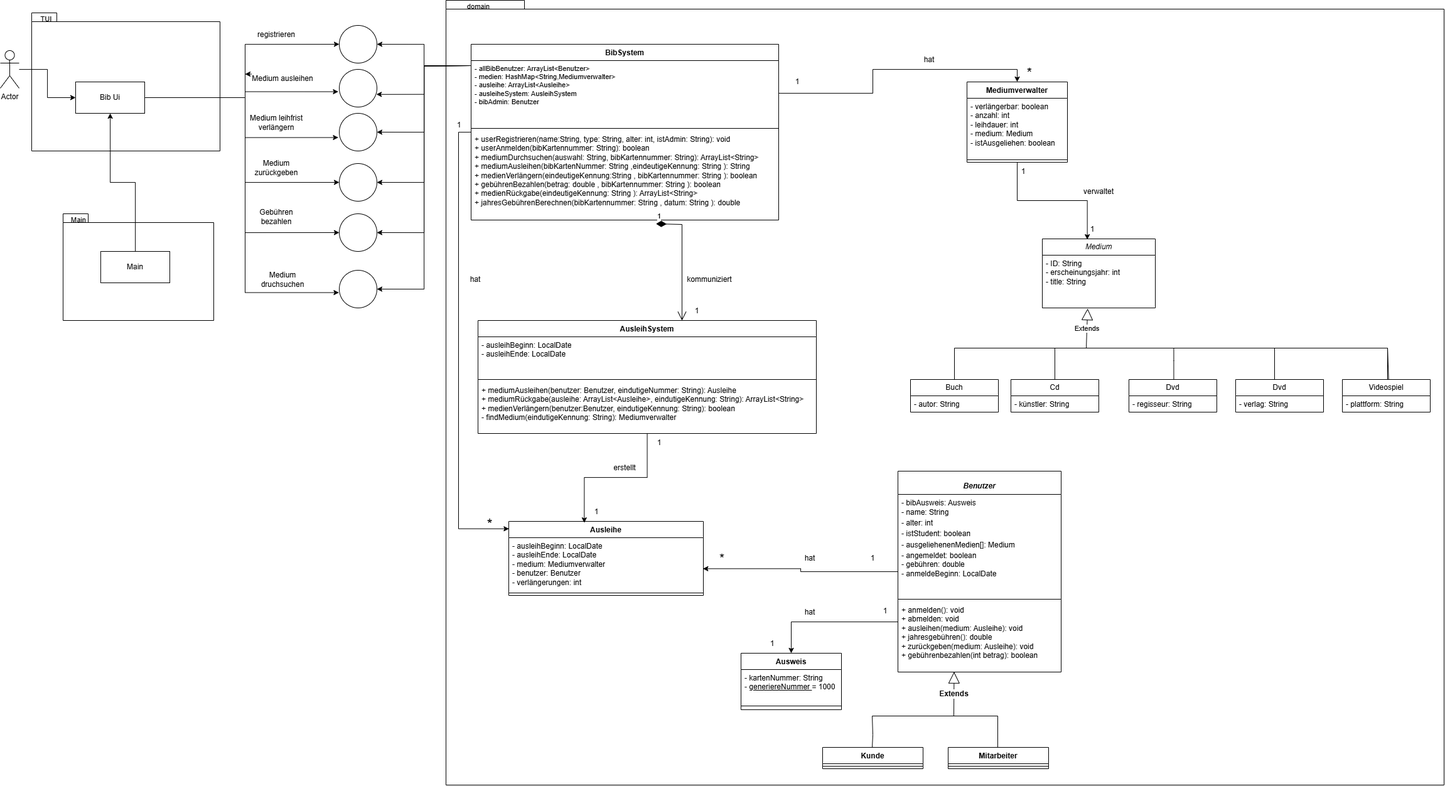
Earlier version of the draw.io export Bibliotheksverwaltungssystem/Design/SystemUml.drawio.png (ObaiAlbek/Bibliotheksverwaltungssystem). Source tidied: cells renumbered, new cells last; positions are measured from the earlier drawing's top-left corner, leaving out a move shared by most shapes.
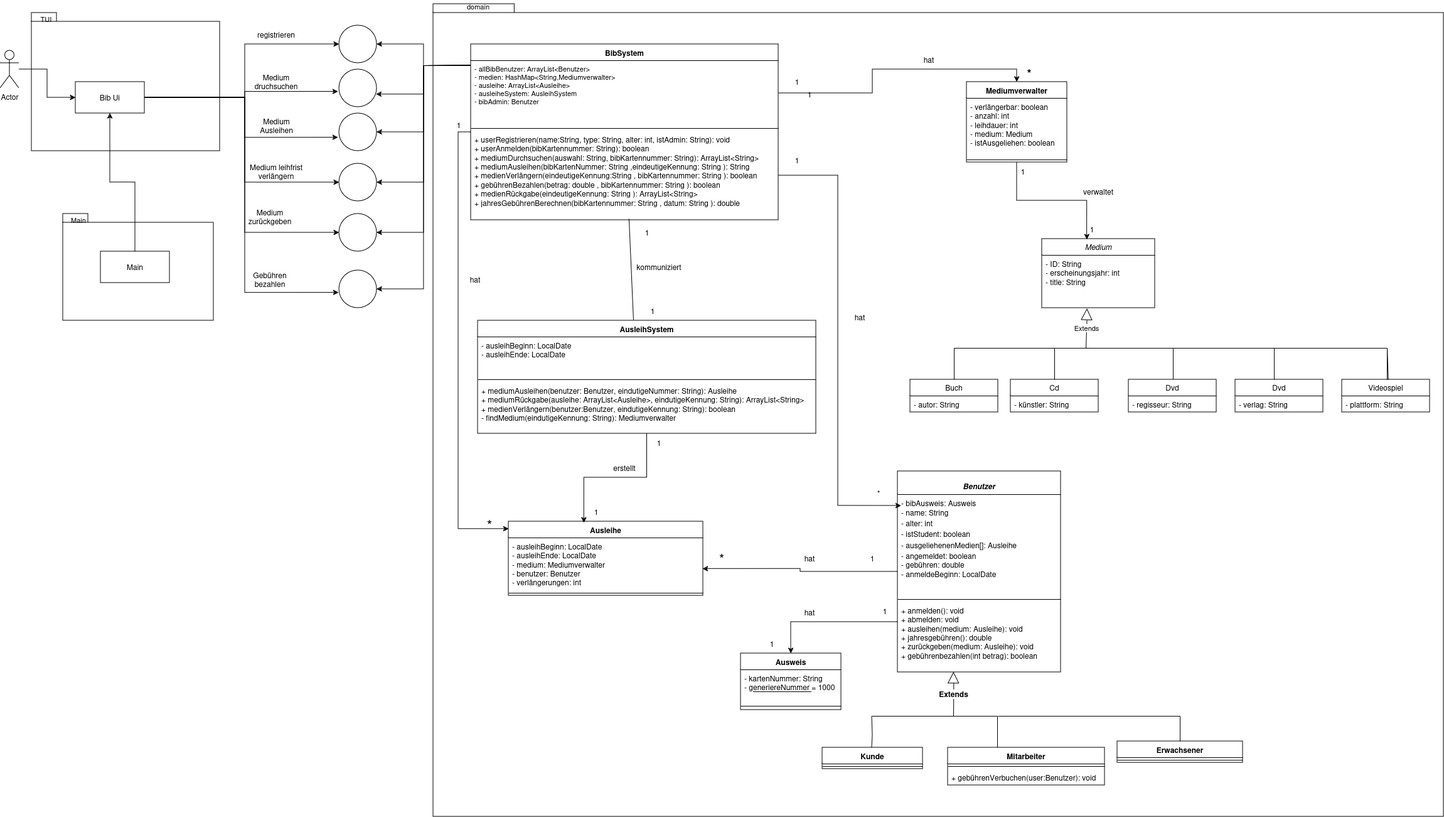
After the change.

Commit message:
Code-Verbesserung

The edit, as a diff of the source:
```diff
@@ -2,9 +2,9 @@
   <root>
     <mxCell id="0" />
     <mxCell id="1" parent="0" />
-    <mxCell id="2" style="shape=folder;fontStyle=1;spacingTop=10;tabWidth=40;tabHeight=14;tabPosition=left;html=1;whiteSpace=wrap;" parent="1" vertex="1">
-      <mxGeometry x="710" width="1590" height="1250" as="geometry" />
-    </mxCell>
+    <mxCell id="116" style="shape=folder;fontStyle=1;spacingTop=10;tabWidth=40;tabHeight=14;tabPosition=left;html=1;whiteSpace=wrap;" parent="1" vertex="1">
+      <mxGeometry x="690" y="6" width="1610" height="1294" as="geometry" />
+    </mxCell>
     <mxCell id="3" style="shape=folder;fontStyle=1;spacingTop=10;tabWidth=40;tabHeight=14;tabPosition=left;html=1;whiteSpace=wrap;" parent="1" vertex="1">
       <mxGeometry x="50" y="20" width="300" height="220" as="geometry" />
     </mxCell>
@@ -56,26 +56,15 @@
     <mxCell id="19" value="registrieren" style="text;html=1;align=center;verticalAlign=middle;whiteSpace=wrap;rounded=0;" parent="1" vertex="1">
       <mxGeometry x="410" y="40" width="60" height="30" as="geometry" />
     </mxCell>
-    <mxCell id="20" style="edgeStyle=orthogonalEdgeStyle;rounded=0;jettySize=auto;html=1;exitX=0;exitY=0.25;exitDx=0;exitDy=0;" parent="1" edge="1" source="21">
-      <mxGeometry relative="1" as="geometry">
-        <mxPoint x="390" y="118" as="targetPoint" />
-      </mxGeometry>
-    </mxCell>
-    <mxCell id="21" value="Medium ausleihen" style="text;html=1;align=center;verticalAlign=middle;whiteSpace=wrap;rounded=0;" parent="1" vertex="1">
-      <mxGeometry x="400" y="110" width="100" height="30" as="geometry" />
-    </mxCell>
     <mxCell id="22" value="Medium&amp;nbsp;leihfrist verlängern" style="text;html=1;align=center;verticalAlign=middle;whiteSpace=wrap;rounded=0;" parent="1" vertex="1">
-      <mxGeometry x="390" y="180" width="100" height="30" as="geometry" />
+      <mxGeometry x="390" y="258" width="100" height="30" as="geometry" />
     </mxCell>
     <mxCell id="23" value="Medium zurückgeben" style="text;html=1;align=center;verticalAlign=middle;whiteSpace=wrap;rounded=0;" parent="1" vertex="1">
-      <mxGeometry x="410" y="252" width="60" height="30" as="geometry" />
+      <mxGeometry x="400" y="330" width="60" height="30" as="geometry" />
     </mxCell>
     <mxCell id="24" value="Gebühren bezahlen" style="text;html=1;align=center;verticalAlign=middle;whiteSpace=wrap;rounded=0;" parent="1" vertex="1">
-      <mxGeometry x="410" y="330" width="60" height="30" as="geometry" />
+      <mxGeometry x="400" y="430" width="60" height="30" as="geometry" />
     </mxCell>
-    <mxCell id="25" value="Medium druchsuchen" style="text;html=1;align=center;verticalAlign=middle;whiteSpace=wrap;rounded=0;" parent="1" vertex="1">
-      <mxGeometry x="420" y="430" width="60" height="30" as="geometry" />
-    </mxCell>
     <mxCell id="26" style="verticalLabelPosition=bottom;verticalAlign=top;html=1;shape=mxgraph.flowchart.on-page_reference;" parent="1" vertex="1">
       <mxGeometry x="540" y="430" width="60" height="60" as="geometry" />
     </mxCell>
@@ -244,7 +233,7 @@
     <mxCell id="57" value="&lt;i&gt;Benutzer&lt;/i&gt;" style="swimlane;fontStyle=1;align=center;verticalAlign=top;horizontal=1;startSize=37;whiteSpace=wrap;html=1;strokeColor=default;spacingTop=10;fontFamily=Helvetica;fontSize=12;fontColor=default;fillColor=default;" parent="1" vertex="1">
       <mxGeometry x="1430" y="750" width="260" height="320" as="geometry" />
     </mxCell>
-    <mxCell id="58" value="&lt;span style=&quot;font-weight: normal;&quot;&gt;- bibAusweis: Ausweis&lt;/span&gt;&lt;div style=&quot;line-height: 140%;&quot;&gt;&lt;span style=&quot;background-color: initial; font-weight: normal;&quot;&gt;- name: String&lt;/span&gt;&lt;/div&gt;&lt;div style=&quot;line-height: 140%;&quot;&gt;&lt;span style=&quot;background-color: initial; font-weight: normal;&quot;&gt;- alter: int&lt;/span&gt;&lt;/div&gt;&lt;div style=&quot;line-height: 140%;&quot;&gt;&lt;span style=&quot;background-color: initial; font-weight: normal;&quot;&gt;- istStudent: boolean&lt;/span&gt;&lt;/div&gt;&lt;div style=&quot;line-height: 160%;&quot;&gt;&lt;span style=&quot;font-weight: normal;&quot;&gt;-&amp;nbsp;&lt;span style=&quot;background-color: initial;&quot;&gt;ausgeliehenenMedien[]: Medium&lt;/span&gt;&lt;/span&gt;&lt;/div&gt;&lt;div&gt;&lt;span style=&quot;font-weight: normal;&quot;&gt;- angemeldet: boolean&lt;/span&gt;&lt;/div&gt;&lt;div&gt;&lt;span style=&quot;font-weight: normal;&quot;&gt;- gebühren: double&lt;/span&gt;&lt;/div&gt;&lt;div&gt;&lt;span style=&quot;font-weight: normal;&quot;&gt;- anmeldeBeginn: LocalDate&lt;/span&gt;&lt;/div&gt;" style="text;strokeColor=none;fillColor=none;align=left;verticalAlign=top;spacingLeft=4;spacingRight=4;overflow=hidden;points=[[0,0.5],[1,0.5]];portConstraint=eastwest;whiteSpace=wrap;html=1;fontFamily=Helvetica;fontSize=12;fontColor=default;fontStyle=1;" parent="57" vertex="1">
+    <mxCell id="58" value="&lt;span style=&quot;font-weight: normal;&quot;&gt;- bibAusweis: Ausweis&lt;/span&gt;&lt;div style=&quot;line-height: 140%;&quot;&gt;&lt;span style=&quot;background-color: initial; font-weight: normal;&quot;&gt;- name: String&lt;/span&gt;&lt;/div&gt;&lt;div style=&quot;line-height: 140%;&quot;&gt;&lt;span style=&quot;background-color: initial; font-weight: normal;&quot;&gt;- alter: int&lt;/span&gt;&lt;/div&gt;&lt;div style=&quot;line-height: 140%;&quot;&gt;&lt;span style=&quot;background-color: initial; font-weight: normal;&quot;&gt;- istStudent: boolean&lt;/span&gt;&lt;/div&gt;&lt;div style=&quot;line-height: 160%;&quot;&gt;&lt;span style=&quot;font-weight: normal;&quot;&gt;-&amp;nbsp;&lt;span style=&quot;background-color: initial;&quot;&gt;ausgeliehenenMedien[]: Ausleihe&lt;br&gt;&lt;/span&gt;&lt;/span&gt;&lt;/div&gt;&lt;div&gt;&lt;span style=&quot;font-weight: normal;&quot;&gt;- angemeldet: boolean&lt;/span&gt;&lt;/div&gt;&lt;div&gt;&lt;span style=&quot;font-weight: normal;&quot;&gt;- gebühren: double&lt;/span&gt;&lt;/div&gt;&lt;div&gt;&lt;span style=&quot;font-weight: normal;&quot;&gt;- anmeldeBeginn: LocalDate&lt;/span&gt;&lt;/div&gt;" style="text;strokeColor=none;fillColor=none;align=left;verticalAlign=top;spacingLeft=4;spacingRight=4;overflow=hidden;points=[[0,0.5],[1,0.5]];portConstraint=eastwest;whiteSpace=wrap;html=1;fontFamily=Helvetica;fontSize=12;fontColor=default;fontStyle=1;" parent="57" vertex="1">
       <mxGeometry y="37" width="260" height="163" as="geometry" />
     </mxCell>
     <mxCell id="59" style="line;strokeWidth=1;fillColor=none;align=left;verticalAlign=middle;spacingTop=-1;spacingLeft=3;spacingRight=3;labelPosition=right;strokeColor=inherit;fontFamily=Helvetica;fontSize=12;fontColor=default;fontStyle=1;" parent="57" vertex="1">
@@ -291,16 +280,6 @@
     <mxCell id="68" value="+ userRegistrieren(name:String, type: String, alter: int, istAdmin: String): void&lt;div&gt;+ userAnmelden(bibKartennummer: String): boolean&lt;/div&gt;&lt;div&gt;+&amp;nbsp;mediumDurchsuchen(auswahl: String, bibKartennummer: String): ArrayList&amp;lt;String&amp;gt;&lt;/div&gt;&lt;div&gt;+&amp;nbsp;mediumAusleihen(bibKartenNummer:&amp;nbsp;&lt;span style=&quot;background-color: initial;&quot;&gt;String&lt;/span&gt;&lt;span style=&quot;background-color: initial;&quot;&gt;&amp;nbsp;&lt;/span&gt;&lt;span style=&quot;background-color: initial;&quot;&gt;,eindeutigeKennung:&amp;nbsp;&lt;/span&gt;&lt;span style=&quot;background-color: initial;&quot;&gt;String&lt;/span&gt;&lt;span style=&quot;background-color: initial;&quot;&gt;&amp;nbsp;&lt;/span&gt;&lt;span style=&quot;background-color: initial;&quot;&gt;): String&lt;/span&gt;&lt;/div&gt;&lt;div&gt;&lt;span style=&quot;background-color: initial;&quot;&gt;+&amp;nbsp;&lt;/span&gt;&lt;span style=&quot;background-color: initial;&quot;&gt;medienVerlängern(eindeutigeKennung:&lt;/span&gt;&lt;span style=&quot;background-color: initial;&quot;&gt;String&lt;/span&gt;&lt;span style=&quot;background-color: initial;&quot;&gt;&amp;nbsp;&lt;/span&gt;&lt;span style=&quot;background-color: initial;&quot;&gt;, bibKartennummer:&amp;nbsp;&lt;/span&gt;&lt;span style=&quot;background-color: initial;&quot;&gt;String&lt;/span&gt;&lt;span style=&quot;background-color: initial;&quot;&gt;&amp;nbsp;&lt;/span&gt;&lt;span style=&quot;background-color: initial;&quot;&gt;): boolean&lt;/span&gt;&lt;/div&gt;&lt;div&gt;&lt;span style=&quot;background-color: initial;&quot;&gt;+&amp;nbsp;&lt;/span&gt;&lt;span style=&quot;background-color: initial;&quot;&gt;gebührenBezahlen(betrag:&amp;nbsp;&lt;/span&gt;&lt;span style=&quot;background-color: initial;&quot;&gt;double&lt;/span&gt;&lt;span style=&quot;background-color: initial;&quot;&gt;&amp;nbsp;&lt;/span&gt;&lt;span style=&quot;background-color: initial;&quot;&gt;, bibKartennummer:&amp;nbsp;&lt;/span&gt;&lt;span style=&quot;background-color: initial;&quot;&gt;String&lt;/span&gt;&lt;span style=&quot;background-color: initial;&quot;&gt;&amp;nbsp;&lt;/span&gt;&lt;span style=&quot;background-color: initial;&quot;&gt;): boolean&lt;/span&gt;&lt;/div&gt;&lt;div&gt;&lt;span style=&quot;background-color: initial;&quot;&gt;+&amp;nbsp;&lt;/span&gt;&lt;span style=&quot;background-color: initial;&quot;&gt;medienRückgabe(eindeutigeKennung:&amp;nbsp;&lt;/span&gt;&lt;span style=&quot;background-color: initial;&quot;&gt;String&lt;/span&gt;&lt;span style=&quot;background-color: initial;&quot;&gt;&amp;nbsp;&lt;/span&gt;&lt;span style=&quot;background-color: initial;&quot;&gt;): ArrayList&amp;lt;String&amp;gt;&lt;/span&gt;&lt;/div&gt;&lt;div&gt;&lt;span style=&quot;background-color: initial;&quot;&gt;+&amp;nbsp;&lt;/span&gt;&lt;span style=&quot;background-color: initial;&quot;&gt;jahresGebührenBerechnen(bibKartennummer:&amp;nbsp;&lt;/span&gt;&lt;span style=&quot;background-color: initial;&quot;&gt;String&lt;/span&gt;&lt;span style=&quot;background-color: initial;&quot;&gt;&amp;nbsp;&lt;/span&gt;&lt;span style=&quot;background-color: initial;&quot;&gt;, datum:&amp;nbsp;&lt;/span&gt;&lt;span style=&quot;background-color: initial;&quot;&gt;String&lt;/span&gt;&lt;span style=&quot;background-color: initial;&quot;&gt;&amp;nbsp;&lt;/span&gt;&lt;span style=&quot;background-color: initial;&quot;&gt;): double&lt;/span&gt;&lt;/div&gt;" style="text;strokeColor=none;fillColor=none;align=left;verticalAlign=top;spacingLeft=4;spacingRight=4;overflow=hidden;points=[[0,0.5],[1,0.5]];portConstraint=eastwest;whiteSpace=wrap;html=1;" parent="65" vertex="1">
       <mxGeometry y="138" width="490" height="142" as="geometry" />
     </mxCell>
-    <mxCell id="69" value="1" style="endArrow=open;html=1;endSize=12;startArrow=diamondThin;startSize=14;startFill=1;edgeStyle=orthogonalEdgeStyle;align=left;verticalAlign=bottom;rounded=0;entryX=0.5;entryY=0;entryDx=0;entryDy=0;" parent="1" edge="1">
-      <mxGeometry x="-1" y="3" relative="1" as="geometry">
-        <mxPoint x="1044.5" y="356" as="sourcePoint" />
-        <mxPoint x="1085" y="510" as="targetPoint" />
-        <Array as="points">
-          <mxPoint x="1086" y="357" />
-          <mxPoint x="1086" y="510" />
-        </Array>
-      </mxGeometry>
-    </mxCell>
     <mxCell id="70" value="Mediumverwalter" style="swimlane;fontStyle=1;align=center;verticalAlign=top;horizontal=1;startSize=26;whiteSpace=wrap;html=1;" parent="1" vertex="1">
       <mxGeometry x="1540" y="130" width="160" height="128" as="geometry" />
     </mxCell>
@@ -353,7 +332,7 @@
       <mxGeometry relative="1" as="geometry" />
     </mxCell>
     <mxCell id="87" value="1" style="text;html=1;align=center;verticalAlign=middle;whiteSpace=wrap;rounded=0;" parent="1" vertex="1">
-      <mxGeometry x="1240" y="115" width="60" height="30" as="geometry" />
+      <mxGeometry x="1240" y="240" width="60" height="30" as="geometry" />
     </mxCell>
     <mxCell id="88" value="hat" style="text;html=1;align=center;verticalAlign=middle;whiteSpace=wrap;rounded=0;" parent="1" vertex="1">
       <mxGeometry x="1450" y="80" width="60" height="30" as="geometry" />
@@ -362,7 +341,7 @@
       <mxGeometry x="1610" y="100" width="60" height="30" as="geometry" />
     </mxCell>
     <mxCell id="90" value="1" style="text;html=1;align=center;verticalAlign=middle;whiteSpace=wrap;rounded=0;" parent="1" vertex="1">
-      <mxGeometry x="1080" y="480" width="60" height="30" as="geometry" />
+      <mxGeometry x="1010" y="480" width="60" height="30" as="geometry" />
     </mxCell>
     <mxCell id="91" value="AusleihSystem" style="swimlane;fontStyle=1;align=center;verticalAlign=top;horizontal=1;startSize=26;whiteSpace=wrap;html=1;" parent="1" vertex="1">
       <mxGeometry x="761" y="510" width="539" height="180" as="geometry" />
@@ -421,7 +400,7 @@
       <mxGeometry x="1720" y="290" width="60" height="30" as="geometry" />
     </mxCell>
     <mxCell id="108" value="kommuniziert" style="text;html=1;align=center;verticalAlign=middle;whiteSpace=wrap;rounded=0;" parent="1" vertex="1">
-      <mxGeometry x="1100" y="430" width="60" height="30" as="geometry" />
+      <mxGeometry x="1020" y="410" width="60" height="30" as="geometry" />
     </mxCell>
     <mxCell id="109" value="hat" style="text;html=1;align=center;verticalAlign=middle;whiteSpace=wrap;rounded=0;" parent="1" vertex="1">
       <mxGeometry x="727" y="430" width="60" height="30" as="geometry" />
@@ -438,11 +417,64 @@
     <mxCell id="113" style="line;strokeWidth=1;fillColor=none;align=left;verticalAlign=middle;spacingTop=-1;spacingLeft=3;spacingRight=3;labelPosition=right;strokeColor=inherit;" parent="112" vertex="1">
       <mxGeometry y="26" width="160" height="8" as="geometry" />
     </mxCell>
+    <mxCell id="25" value="Medium druchsuchen" style="text;html=1;align=center;verticalAlign=middle;whiteSpace=wrap;rounded=0;" parent="1" vertex="1">
+      <mxGeometry x="410" y="115" width="60" height="30" as="geometry" />
+    </mxCell>
+    <mxCell id="117" value="Medium&lt;div&gt;Ausleihen&lt;/div&gt;" style="text;html=1;align=center;verticalAlign=middle;strokeColor=none;fillColor=none;" parent="1" vertex="1">
+      <mxGeometry x="400" y="180" width="80" height="40" as="geometry" />
+    </mxCell>
+    <mxCell id="118" style="edgeStyle=orthogonalEdgeStyle;rounded=0;jettySize=auto;html=1;entryX=0.022;entryY=0.11;entryDx=0;entryDy=0;entryPerimeter=0;" parent="1" edge="1" source="68" target="58">
+      <mxGeometry relative="1" as="geometry" />
+    </mxCell>
+    <mxCell id="119" value="1" style="text;html=1;align=center;verticalAlign=middle;whiteSpace=wrap;rounded=0;" parent="1" vertex="1">
+      <mxGeometry x="1240" y="115" width="60" height="30" as="geometry" />
+    </mxCell>
+    <mxCell id="120" value="1" style="text;html=1;align=center;verticalAlign=middle;whiteSpace=wrap;rounded=0;" parent="1" vertex="1">
+      <mxGeometry x="1260" y="135" width="60" height="30" as="geometry" />
+    </mxCell>
+    <mxCell id="121" value="hat" style="text;html=1;align=center;verticalAlign=middle;whiteSpace=wrap;rounded=0;" parent="1" vertex="1">
+      <mxGeometry x="1340" y="490" width="60" height="30" as="geometry" />
+    </mxCell>
+    <mxCell id="122" value="*" style="text;html=1;align=center;verticalAlign=middle;whiteSpace=wrap;rounded=0;" parent="1" vertex="1">
+      <mxGeometry x="1370" y="770" width="60" height="30" as="geometry" />
+    </mxCell>
+    <mxCell id="123" value="Erwachsener" style="swimlane;fontStyle=1;align=center;verticalAlign=top;horizontal=1;startSize=26;whiteSpace=wrap;html=1;" parent="1" vertex="1">
+      <mxGeometry x="1780" y="1180" width="200" height="34" as="geometry" />
+    </mxCell>
+    <mxCell id="124" style="line;strokeWidth=1;fillColor=none;align=left;verticalAlign=middle;spacingTop=-1;spacingLeft=3;spacingRight=3;labelPosition=right;strokeColor=inherit;" parent="123" vertex="1">
+      <mxGeometry y="26" width="200" height="8" as="geometry" />
+    </mxCell>
     <mxCell id="114" value="Mitarbeiter" style="swimlane;fontStyle=1;align=center;verticalAlign=top;horizontal=1;startSize=26;whiteSpace=wrap;html=1;" parent="1" vertex="1">
-      <mxGeometry x="1510" y="1190" width="160" height="34" as="geometry" />
+      <mxGeometry x="1510" y="1190" width="250" height="60" as="geometry" />
     </mxCell>
-    <mxCell id="115" style="line;strokeWidth=1;fillColor=none;align=left;verticalAlign=middle;spacingTop=-1;spacingLeft=3;spacingRight=3;labelPosition=right;strokeColor=inherit;" parent="114" vertex="1">
-      <mxGeometry y="26" width="160" height="8" as="geometry" />
-    </mxCell>
+    <mxCell id="125" style="line;strokeWidth=1;fillColor=none;align=left;verticalAlign=middle;spacingTop=-1;spacingLeft=3;spacingRight=3;labelPosition=right;strokeColor=inherit;" parent="114" vertex="1">
+      <mxGeometry y="26" width="250" height="8" as="geometry" />
+    </mxCell>
+    <mxCell id="126" value="+ gebührenVerbuchen(user:Benutzer): void" style="text;strokeColor=none;fillColor=none;align=left;verticalAlign=top;spacingLeft=4;spacingRight=4;overflow=hidden;whiteSpace=wrap;html=1;" parent="114" vertex="1">
+      <mxGeometry y="34" width="250" height="26" as="geometry" />
+    </mxCell>
+    <mxCell id="127" style="endArrow=none;html=1;rounded=0;" parent="1" edge="1">
+      <mxGeometry relative="1" as="geometry">
+        <mxPoint x="1590" y="1140" as="sourcePoint" />
+        <mxPoint x="1590" y="1140" as="targetPoint" />
+      </mxGeometry>
+    </mxCell>
+    <mxCell id="128" style="endArrow=none;html=1;rounded=0;" parent="1" edge="1">
+      <mxGeometry relative="1" as="geometry">
+        <mxPoint x="1590" y="1140" as="sourcePoint" />
+        <mxPoint x="1880" y="1140" as="targetPoint" />
+      </mxGeometry>
+    </mxCell>
+    <mxCell id="129" style="endArrow=none;html=1;rounded=0;exitX=0.5;exitY=0;exitDx=0;exitDy=0;" parent="1" edge="1" source="123">
+      <mxGeometry relative="1" as="geometry">
+        <mxPoint x="1880" y="1140" as="targetPoint" />
+      </mxGeometry>
+    </mxCell>
+    <mxCell id="130" value="1" style="text;html=1;align=center;verticalAlign=middle;whiteSpace=wrap;rounded=0;" parent="1" vertex="1">
+      <mxGeometry x="1000.5" y="355" width="60" height="30" as="geometry" />
+    </mxCell>
+    <mxCell id="131" style="endArrow=none;html=1;rounded=0;entryX=0.514;entryY=0.986;entryDx=0;entryDy=0;entryPerimeter=0;exitX=0.46;exitY=-0.006;exitDx=0;exitDy=0;exitPerimeter=0;" parent="1" edge="1" source="91" target="68">
+      <mxGeometry relative="1" as="geometry" />
+    </mxCell>
   </root>
 </mxGraphModel>
```
